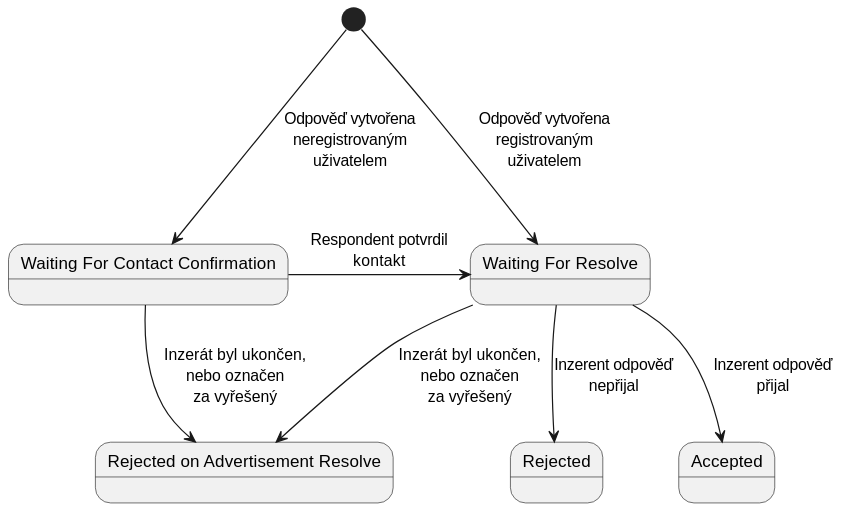
The PlantUML diagram models/entities/states/advertisement_response/advertisement_response.svg in opendatalabcz/Edigio, before a commit.
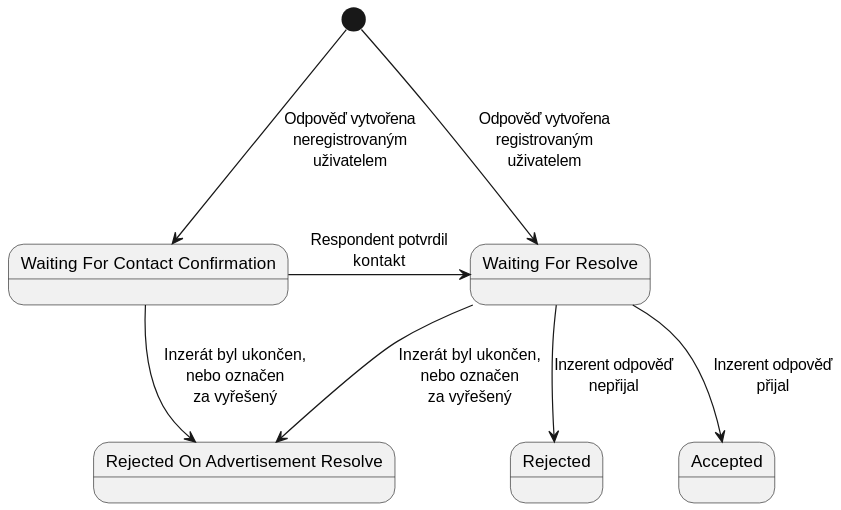
After the commit.

Change to the diagram source:
```diff
@@ -3,7 +3,7 @@
 scale 600 width
 state "Waiting For Contact Confirmation" as waitForConfirmation
 state "Waiting For Resolve" as waitingForResolve
-state "Rejected on Advertisement Resolve" as rejectedOnAdvResolve
+state "Rejected On Advertisement Resolve" as rejectedOnAdvResolve
 [*] ---> waitForConfirmation : Odpověď vytvořena\nneregistrovaným\nuživatelem
 [*] --> waitingForResolve : Odpověď vytvořena\nregistrovaným\nuživatelem
 waitForConfirmation -> waitingForResolve : Respondent potvrdil\nkontakt
```
